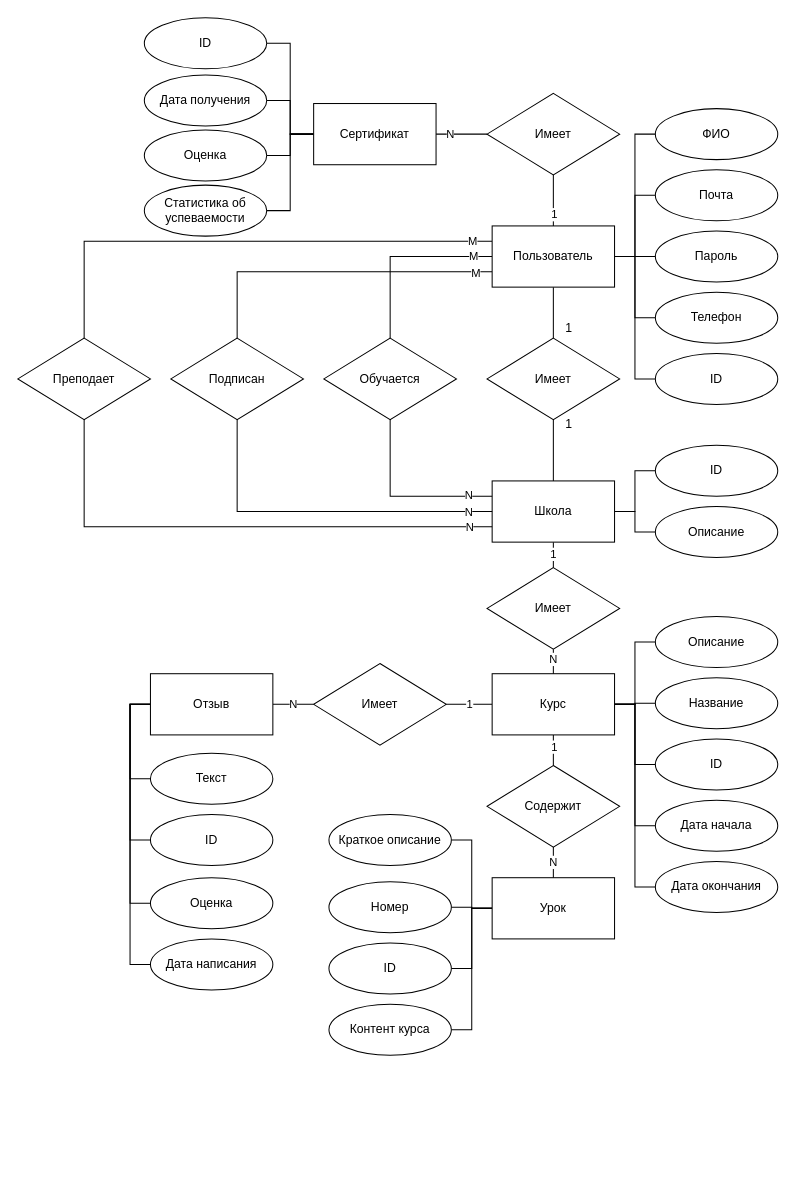
The draw.io diagram docs/images/er.drawio in paw1a/eschool, before the edit. Source tidied: cells renumbered, new cells numbered last; positions are measured from the earlier drawing's top-left corner, leaving out a move shared by most shapes. Both pictures are drawn from the tidied source at 102%, with x=0, y=0 at pixel (17, 17).
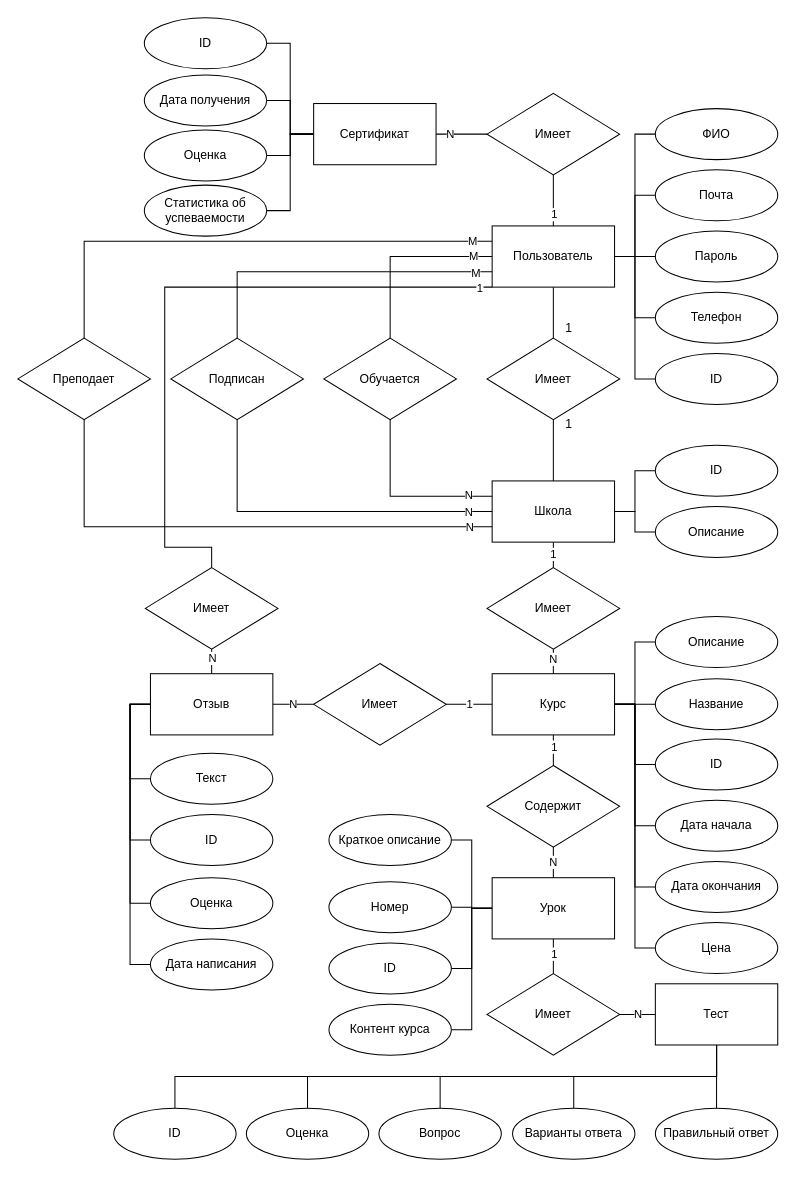
Above is the later version.

Unchanged cells that the change refers to:
```xml
<mxCell id="16" value="Пользователь" style="rounded=0;whiteSpace=wrap;html=1;" parent="1" vertex="1">
  <mxGeometry x="465" y="204" width="120" height="60" as="geometry" />
</mxCell>
<mxCell id="45" value="Курс" style="rounded=0;whiteSpace=wrap;html=1;" parent="1" vertex="1">
  <mxGeometry x="465" y="643" width="120" height="60" as="geometry" />
</mxCell>
<mxCell id="53" value="Урок" style="rounded=0;whiteSpace=wrap;html=1;" parent="1" vertex="1">
  <mxGeometry x="465" y="843" width="120" height="60" as="geometry" />
</mxCell>
<mxCell id="62" value="Отзыв" style="rounded=0;whiteSpace=wrap;html=1;" parent="1" vertex="1">
  <mxGeometry x="130" y="643" width="120" height="60" as="geometry" />
</mxCell>
```

The edit, as a diff of the source:
```diff
@@
+    <mxCell id="94" style="edgeStyle=orthogonalEdgeStyle;rounded=0;jettySize=auto;html=1;exitX=0;exitY=1;exitDx=0;exitDy=0;entryX=0.5;entryY=0;entryDx=0;entryDy=0;endArrow=none;endFill=0;" parent="1" edge="1" source="16" target="101">
+      <mxGeometry relative="1" as="geometry">
+        <Array as="points">
+          <mxPoint x="144" y="264" />
+          <mxPoint x="144" y="519" />
+          <mxPoint x="190" y="519" />
+        </Array>
+      </mxGeometry>
+    </mxCell>
+    <mxCell id="95" value="1" style="edgeLabel;html=1;align=center;verticalAlign=middle;" parent="94" vertex="1">
+      <mxGeometry x="-0.96" y="2" relative="1" as="geometry">
+        <mxPoint y="-2" as="offset" />
+      </mxGeometry>
+    </mxCell>
@@
+    <mxCell id="96" style="edgeStyle=orthogonalEdgeStyle;rounded=0;jettySize=auto;html=1;exitX=1;exitY=0.5;exitDx=0;exitDy=0;entryX=0;entryY=0.5;entryDx=0;entryDy=0;endArrow=none;endFill=0;" parent="1" edge="1" source="45" target="111">
+      <mxGeometry relative="1" as="geometry" />
+    </mxCell>
@@
+    <mxCell id="97" style="edgeStyle=orthogonalEdgeStyle;rounded=0;jettySize=auto;html=1;exitX=0.5;exitY=1;exitDx=0;exitDy=0;entryX=0.5;entryY=0;entryDx=0;entryDy=0;endArrow=none;endFill=0;" parent="1" edge="1" source="53" target="104">
+      <mxGeometry relative="1" as="geometry" />
+    </mxCell>
+    <mxCell id="98" value="1" style="edgeLabel;html=1;align=center;verticalAlign=middle;" parent="97" vertex="1">
+      <mxGeometry x="-0.15" y="1" relative="1" as="geometry">
+        <mxPoint x="-1" as="offset" />
+      </mxGeometry>
+    </mxCell>
@@
     <mxCell id="75" value="Название" style="ellipse;whiteSpace=wrap;html=1;" parent="1" vertex="1">
-      <mxGeometry x="625" y="647" width="120" height="50" as="geometry" />
+      <mxGeometry x="625" y="648" width="120" height="50" as="geometry" />
     </mxCell>
@@
+    <mxCell id="99" style="edgeStyle=orthogonalEdgeStyle;rounded=0;jettySize=auto;html=1;exitX=0.5;exitY=1;exitDx=0;exitDy=0;entryX=0.5;entryY=0;entryDx=0;entryDy=0;endArrow=none;endFill=0;" parent="1" edge="1" source="101" target="62">
+      <mxGeometry relative="1" as="geometry" />
+    </mxCell>
+    <mxCell id="100" value="N" style="edgeLabel;html=1;align=center;verticalAlign=middle;" parent="99" vertex="1">
+      <mxGeometry x="-0.35" relative="1" as="geometry" />
+    </mxCell>
+    <mxCell id="101" value="Имеет" style="rhombus;whiteSpace=wrap;html=1;" parent="1" vertex="1">
+      <mxGeometry x="125" y="539" width="130" height="80" as="geometry" />
+    </mxCell>
+    <mxCell id="102" style="edgeStyle=orthogonalEdgeStyle;rounded=0;jettySize=auto;html=1;exitX=1;exitY=0.5;exitDx=0;exitDy=0;entryX=0;entryY=0.5;entryDx=0;entryDy=0;endArrow=none;endFill=0;" parent="1" edge="1" source="104" target="110">
+      <mxGeometry relative="1" as="geometry" />
+    </mxCell>
+    <mxCell id="103" value="N" style="edgeLabel;html=1;align=center;verticalAlign=middle;" parent="102" vertex="1">
+      <mxGeometry x="-0.04" y="1" relative="1" as="geometry" />
+    </mxCell>
+    <mxCell id="104" value="Имеет" style="rhombus;whiteSpace=wrap;html=1;" parent="1" vertex="1">
+      <mxGeometry x="460" y="937" width="130" height="80" as="geometry" />
+    </mxCell>
+    <mxCell id="105" style="edgeStyle=orthogonalEdgeStyle;rounded=0;jettySize=auto;html=1;exitX=0.5;exitY=1;exitDx=0;exitDy=0;entryX=0.5;entryY=0;entryDx=0;entryDy=0;endArrow=none;endFill=0;" parent="1" edge="1" source="110" target="114">
+      <mxGeometry relative="1" as="geometry" />
+    </mxCell>
+    <mxCell id="106" style="edgeStyle=orthogonalEdgeStyle;rounded=0;jettySize=auto;html=1;exitX=0.5;exitY=1;exitDx=0;exitDy=0;entryX=0.5;entryY=0;entryDx=0;entryDy=0;endArrow=none;endFill=0;" parent="1" edge="1" source="110" target="113">
+      <mxGeometry relative="1" as="geometry" />
+    </mxCell>
+    <mxCell id="107" style="edgeStyle=orthogonalEdgeStyle;rounded=0;jettySize=auto;html=1;exitX=0.5;exitY=1;exitDx=0;exitDy=0;entryX=0.5;entryY=0;entryDx=0;entryDy=0;endArrow=none;endFill=0;" parent="1" edge="1" source="110" target="112">
+      <mxGeometry relative="1" as="geometry" />
+    </mxCell>
+    <mxCell id="108" style="edgeStyle=orthogonalEdgeStyle;rounded=0;jettySize=auto;html=1;exitX=0.5;exitY=1;exitDx=0;exitDy=0;entryX=0.5;entryY=0;entryDx=0;entryDy=0;endArrow=none;endFill=0;" parent="1" edge="1" source="110" target="115">
+      <mxGeometry relative="1" as="geometry" />
+    </mxCell>
+    <mxCell id="109" style="edgeStyle=orthogonalEdgeStyle;rounded=0;jettySize=auto;html=1;exitX=0.5;exitY=1;exitDx=0;exitDy=0;entryX=0.5;entryY=0;entryDx=0;entryDy=0;endArrow=none;endFill=0;" parent="1" edge="1" source="110" target="116">
+      <mxGeometry relative="1" as="geometry" />
+    </mxCell>
+    <mxCell id="110" value="Тест" style="rounded=0;whiteSpace=wrap;html=1;" parent="1" vertex="1">
+      <mxGeometry x="625" y="947" width="120" height="60" as="geometry" />
+    </mxCell>
+    <mxCell id="111" value="Цена" style="ellipse;whiteSpace=wrap;html=1;" parent="1" vertex="1">
+      <mxGeometry x="625" y="887" width="120" height="50" as="geometry" />
+    </mxCell>
+    <mxCell id="112" value="Вопрос" style="ellipse;whiteSpace=wrap;html=1;" parent="1" vertex="1">
+      <mxGeometry x="354" y="1069" width="120" height="50" as="geometry" />
+    </mxCell>
+    <mxCell id="113" value="Варианты ответа" style="ellipse;whiteSpace=wrap;html=1;" parent="1" vertex="1">
+      <mxGeometry x="485" y="1069" width="120" height="50" as="geometry" />
+    </mxCell>
+    <mxCell id="114" value="Правильный ответ" style="ellipse;whiteSpace=wrap;html=1;" parent="1" vertex="1">
+      <mxGeometry x="625" y="1069" width="120" height="50" as="geometry" />
+    </mxCell>
+    <mxCell id="115" value="Оценка" style="ellipse;whiteSpace=wrap;html=1;" parent="1" vertex="1">
+      <mxGeometry x="224" y="1069" width="120" height="50" as="geometry" />
+    </mxCell>
+    <mxCell id="116" value="ID" style="ellipse;whiteSpace=wrap;html=1;" parent="1" vertex="1">
+      <mxGeometry x="94" y="1069" width="120" height="50" as="geometry" />
+    </mxCell>
```
